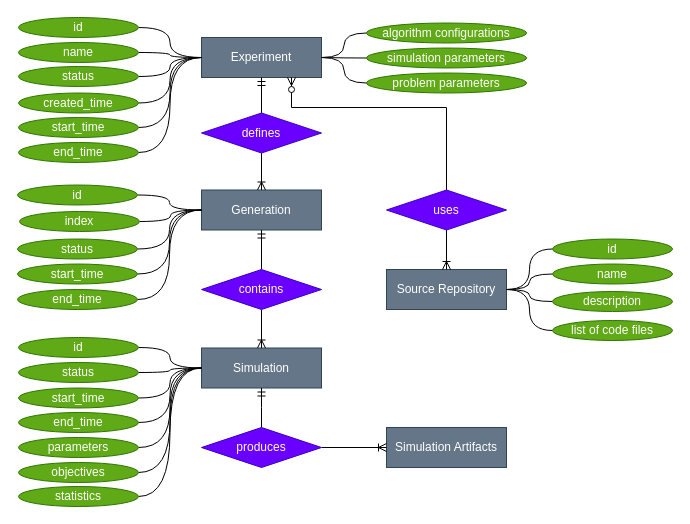
Above: page "entity-relationship" (3 of 3) of docs/diagrams/diagrams1.drawio in JunioCesarFerreira/simlab (draw.io), before the change. Source tidied: cells renumbered, new cells numbered last; positions are measured from the earlier drawing's top-left corner, leaving out a move shared by most shapes. Both pictures are drawn from the tidied source at 100%, with x=0, y=0 at pixel (17, 17).
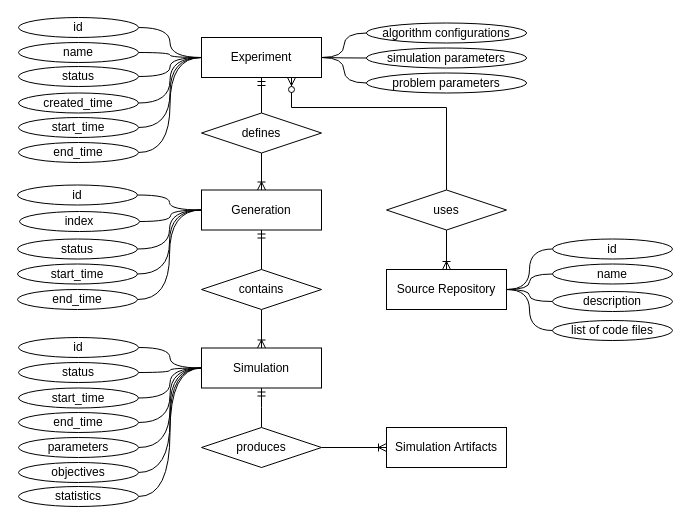
Above is the later version.

What changed in the source:
```diff
@@
-    <mxCell id="2" value="Experiment" style="rounded=0;whiteSpace=wrap;html=1;fillColor=#647687;strokeColor=#314354;fontColor=#ffffff;" parent="1" vertex="1">
+    <mxCell id="2" value="Experiment" style="rounded=0;whiteSpace=wrap;html=1;" parent="1" vertex="1">
       <mxGeometry x="184" y="20" width="120" height="40" as="geometry" />
     </mxCell>
-    <mxCell id="3" value="Simulation" style="rounded=0;whiteSpace=wrap;html=1;fillColor=#647687;strokeColor=#314354;fontColor=#ffffff;" parent="1" vertex="1">
+    <mxCell id="3" value="Simulation" style="rounded=0;whiteSpace=wrap;html=1;" parent="1" vertex="1">
       <mxGeometry x="184" y="330.5" width="120" height="40" as="geometry" />
     </mxCell>
@@
-    <mxCell id="5" value="id" style="ellipse;whiteSpace=wrap;html=1;fillColor=#60a917;strokeColor=#2D7600;fontColor=#ffffff;" parent="1" vertex="1">
+    <mxCell id="5" value="id" style="ellipse;whiteSpace=wrap;html=1;" parent="1" vertex="1">
       <mxGeometry x="1" width="120" height="20" as="geometry" />
     </mxCell>
@@
-    <mxCell id="7" value="name" style="ellipse;whiteSpace=wrap;html=1;fillColor=#60a917;strokeColor=#2D7600;fontColor=#ffffff;" parent="1" vertex="1">
+    <mxCell id="7" value="name" style="ellipse;whiteSpace=wrap;html=1;" parent="1" vertex="1">
       <mxGeometry x="1" y="25" width="120" height="20" as="geometry" />
     </mxCell>
@@
-    <mxCell id="9" value="status" style="ellipse;whiteSpace=wrap;html=1;fillColor=#60a917;strokeColor=#2D7600;fontColor=#ffffff;" parent="1" vertex="1">
+    <mxCell id="9" value="status" style="ellipse;whiteSpace=wrap;html=1;" parent="1" vertex="1">
       <mxGeometry x="1" y="49" width="120" height="20" as="geometry" />
     </mxCell>
-    <mxCell id="10" value="Generation" style="rounded=0;whiteSpace=wrap;html=1;fillColor=#647687;strokeColor=#314354;fontColor=#ffffff;" parent="1" vertex="1">
+    <mxCell id="10" value="Generation" style="rounded=0;whiteSpace=wrap;html=1;" parent="1" vertex="1">
       <mxGeometry x="184" y="172.5" width="120" height="40" as="geometry" />
     </mxCell>
@@
-    <mxCell id="12" value="id" style="ellipse;whiteSpace=wrap;html=1;fillColor=#60a917;strokeColor=#2D7600;fontColor=#ffffff;" parent="1" vertex="1">
+    <mxCell id="12" value="id" style="ellipse;whiteSpace=wrap;html=1;" parent="1" vertex="1">
       <mxGeometry x="1" y="320" width="120" height="20" as="geometry" />
     </mxCell>
@@
-    <mxCell id="14" value="status" style="ellipse;whiteSpace=wrap;html=1;fillColor=#60a917;strokeColor=#2D7600;fontColor=#ffffff;" parent="1" vertex="1">
+    <mxCell id="14" value="status" style="ellipse;whiteSpace=wrap;html=1;" parent="1" vertex="1">
       <mxGeometry x="1" y="345" width="120" height="20" as="geometry" />
     </mxCell>
@@
-    <mxCell id="16" value="id" style="ellipse;whiteSpace=wrap;html=1;fillColor=#60a917;strokeColor=#2D7600;fontColor=#ffffff;" parent="1" vertex="1">
+    <mxCell id="16" value="id" style="ellipse;whiteSpace=wrap;html=1;" parent="1" vertex="1">
       <mxGeometry y="167.5" width="120" height="20" as="geometry" />
     </mxCell>
@@
-    <mxCell id="18" value="status" style="ellipse;whiteSpace=wrap;html=1;fillColor=#60a917;strokeColor=#2D7600;fontColor=#ffffff;" parent="1" vertex="1">
+    <mxCell id="18" value="status" style="ellipse;whiteSpace=wrap;html=1;" parent="1" vertex="1">
       <mxGeometry y="221.5" width="120" height="20" as="geometry" />
     </mxCell>
-    <mxCell id="19" value="Source Repository" style="rounded=0;whiteSpace=wrap;html=1;fillColor=#647687;strokeColor=#314354;fontColor=#ffffff;" parent="1" vertex="1">
+    <mxCell id="19" value="Source Repository" style="rounded=0;whiteSpace=wrap;html=1;" parent="1" vertex="1">
       <mxGeometry x="369" y="252" width="120" height="40" as="geometry" />
     </mxCell>
@@
-    <mxCell id="21" value="id" style="ellipse;whiteSpace=wrap;html=1;fillColor=#60a917;strokeColor=#2D7600;fontColor=#ffffff;" parent="1" vertex="1">
+    <mxCell id="21" value="id" style="ellipse;whiteSpace=wrap;html=1;" parent="1" vertex="1">
       <mxGeometry x="535" y="221.5" width="120" height="20" as="geometry" />
     </mxCell>
@@
-    <mxCell id="23" value="name" style="ellipse;whiteSpace=wrap;html=1;fillColor=#60a917;strokeColor=#2D7600;fontColor=#ffffff;" parent="1" vertex="1">
+    <mxCell id="23" value="name" style="ellipse;whiteSpace=wrap;html=1;" parent="1" vertex="1">
       <mxGeometry x="535" y="246.5" width="120" height="20" as="geometry" />
     </mxCell>
@@
-    <mxCell id="25" value="description" style="ellipse;whiteSpace=wrap;html=1;fillColor=#60a917;strokeColor=#2D7600;fontColor=#ffffff;" parent="1" vertex="1">
+    <mxCell id="25" value="description" style="ellipse;whiteSpace=wrap;html=1;" parent="1" vertex="1">
       <mxGeometry x="535" y="274" width="120" height="20" as="geometry" />
     </mxCell>
@@
-    <mxCell id="27" value="parameters" style="ellipse;whiteSpace=wrap;html=1;fillColor=#60a917;strokeColor=#2D7600;fontColor=#ffffff;" parent="1" vertex="1">
+    <mxCell id="27" value="parameters" style="ellipse;whiteSpace=wrap;html=1;" parent="1" vertex="1">
       <mxGeometry x="1" y="420" width="120" height="20" as="geometry" />
     </mxCell>
-    <mxCell id="28" value="Simulation Artifacts" style="rounded=0;whiteSpace=wrap;html=1;fillColor=#647687;strokeColor=#314354;fontColor=#ffffff;" parent="1" vertex="1">
+    <mxCell id="28" value="Simulation Artifacts" style="rounded=0;whiteSpace=wrap;html=1;" parent="1" vertex="1">
       <mxGeometry x="369" y="410" width="120" height="40" as="geometry" />
     </mxCell>
@@
-    <mxCell id="30" value="objectives" style="ellipse;whiteSpace=wrap;html=1;fillColor=#60a917;strokeColor=#2D7600;fontColor=#ffffff;" parent="1" vertex="1">
+    <mxCell id="30" value="objectives" style="ellipse;whiteSpace=wrap;html=1;" parent="1" vertex="1">
       <mxGeometry x="1" y="445" width="120" height="20" as="geometry" />
     </mxCell>
@@
-    <mxCell id="32" value="start_time" style="ellipse;whiteSpace=wrap;html=1;fillColor=#60a917;strokeColor=#2D7600;fontColor=#ffffff;" parent="1" vertex="1">
+    <mxCell id="32" value="start_time" style="ellipse;whiteSpace=wrap;html=1;" parent="1" vertex="1">
       <mxGeometry y="246.5" width="120" height="20" as="geometry" />
     </mxCell>
@@
-    <mxCell id="34" value="end_time" style="ellipse;whiteSpace=wrap;html=1;fillColor=#60a917;strokeColor=#2D7600;fontColor=#ffffff;" parent="1" vertex="1">
+    <mxCell id="34" value="end_time" style="ellipse;whiteSpace=wrap;html=1;" parent="1" vertex="1">
       <mxGeometry y="272" width="120" height="20" as="geometry" />
     </mxCell>
@@
-    <mxCell id="36" value="start_time" style="ellipse;whiteSpace=wrap;html=1;fillColor=#60a917;strokeColor=#2D7600;fontColor=#ffffff;" parent="1" vertex="1">
+    <mxCell id="36" value="start_time" style="ellipse;whiteSpace=wrap;html=1;" parent="1" vertex="1">
       <mxGeometry x="1" y="370.5" width="120" height="20" as="geometry" />
     </mxCell>
@@
-    <mxCell id="38" value="end_time" style="ellipse;whiteSpace=wrap;html=1;fillColor=#60a917;strokeColor=#2D7600;fontColor=#ffffff;" parent="1" vertex="1">
+    <mxCell id="38" value="end_time" style="ellipse;whiteSpace=wrap;html=1;" parent="1" vertex="1">
       <mxGeometry x="1" y="395" width="120" height="20" as="geometry" />
     </mxCell>
@@
-    <mxCell id="40" value="index" style="ellipse;whiteSpace=wrap;html=1;fillColor=#60a917;strokeColor=#2D7600;fontColor=#ffffff;" parent="1" vertex="1">
+    <mxCell id="40" value="index" style="ellipse;whiteSpace=wrap;html=1;" parent="1" vertex="1">
       <mxGeometry x="2" y="194" width="120" height="20" as="geometry" />
     </mxCell>
@@
-    <mxCell id="42" value="algorithm configurations" style="ellipse;whiteSpace=wrap;html=1;fillColor=#60a917;strokeColor=#2D7600;fontColor=#ffffff;" parent="1" vertex="1">
+    <mxCell id="42" value="algorithm configurations" style="ellipse;whiteSpace=wrap;html=1;" parent="1" vertex="1">
       <mxGeometry x="349" y="5.5" width="160" height="20" as="geometry" />
     </mxCell>
@@
-    <mxCell id="44" value="created_time" style="ellipse;whiteSpace=wrap;html=1;fillColor=#60a917;strokeColor=#2D7600;fontColor=#ffffff;" parent="1" vertex="1">
+    <mxCell id="44" value="created_time" style="ellipse;whiteSpace=wrap;html=1;" parent="1" vertex="1">
       <mxGeometry x="1" y="75.5" width="120" height="20" as="geometry" />
     </mxCell>
@@
-    <mxCell id="46" value="statistics" style="ellipse;whiteSpace=wrap;html=1;fillColor=#60a917;strokeColor=#2D7600;fontColor=#ffffff;" parent="1" vertex="1">
+    <mxCell id="46" value="statistics" style="ellipse;whiteSpace=wrap;html=1;" parent="1" vertex="1">
       <mxGeometry x="1" y="469" width="120" height="20" as="geometry" />
     </mxCell>
@@
-    <mxCell id="49" value="defines" style="rhombus;whiteSpace=wrap;html=1;fillColor=#6a00ff;strokeColor=#3700CC;fontColor=#ffffff;" parent="1" vertex="1">
+    <mxCell id="49" value="defines" style="rhombus;whiteSpace=wrap;html=1;" parent="1" vertex="1">
       <mxGeometry x="184" y="95.5" width="120" height="40" as="geometry" />
     </mxCell>
@@
-    <mxCell id="52" value="contains" style="rhombus;whiteSpace=wrap;html=1;fillColor=#6a00ff;strokeColor=#3700CC;fontColor=#ffffff;" parent="1" vertex="1">
+    <mxCell id="52" value="contains" style="rhombus;whiteSpace=wrap;html=1;" parent="1" vertex="1">
       <mxGeometry x="184" y="252" width="120" height="40" as="geometry" />
     </mxCell>
@@
-    <mxCell id="54" value="start_time" style="ellipse;whiteSpace=wrap;html=1;fillColor=#60a917;strokeColor=#2D7600;fontColor=#ffffff;" parent="1" vertex="1">
+    <mxCell id="54" value="start_time" style="ellipse;whiteSpace=wrap;html=1;" parent="1" vertex="1">
       <mxGeometry x="1" y="100" width="120" height="20" as="geometry" />
     </mxCell>
@@
-    <mxCell id="56" value="end_time" style="ellipse;whiteSpace=wrap;html=1;fillColor=#60a917;strokeColor=#2D7600;fontColor=#ffffff;" parent="1" vertex="1">
+    <mxCell id="56" value="end_time" style="ellipse;whiteSpace=wrap;html=1;" parent="1" vertex="1">
       <mxGeometry x="1" y="125" width="120" height="20" as="geometry" />
     </mxCell>
@@
-    <mxCell id="58" value="simulation parameters" style="ellipse;whiteSpace=wrap;html=1;fillColor=#60a917;strokeColor=#2D7600;fontColor=#ffffff;" parent="1" vertex="1">
+    <mxCell id="58" value="simulation parameters" style="ellipse;whiteSpace=wrap;html=1;" parent="1" vertex="1">
       <mxGeometry x="349" y="30.5" width="160" height="20" as="geometry" />
     </mxCell>
@@
-    <mxCell id="60" value="problem parameters" style="ellipse;whiteSpace=wrap;html=1;fillColor=#60a917;strokeColor=#2D7600;fontColor=#ffffff;" parent="1" vertex="1">
+    <mxCell id="60" value="problem parameters" style="ellipse;whiteSpace=wrap;html=1;" parent="1" vertex="1">
       <mxGeometry x="349" y="55.5" width="160" height="20" as="geometry" />
     </mxCell>
@@
-    <mxCell id="63" value="uses" style="rhombus;whiteSpace=wrap;html=1;fillColor=#6a00ff;strokeColor=#3700CC;fontColor=#ffffff;" parent="1" vertex="1">
+    <mxCell id="63" value="uses" style="rhombus;whiteSpace=wrap;html=1;" parent="1" vertex="1">
       <mxGeometry x="369" y="172.5" width="120" height="40" as="geometry" />
     </mxCell>
@@
-    <mxCell id="66" value="produces" style="rhombus;whiteSpace=wrap;html=1;fillColor=#6a00ff;strokeColor=#3700CC;fontColor=#ffffff;" parent="1" vertex="1">
+    <mxCell id="66" value="produces" style="rhombus;whiteSpace=wrap;html=1;" parent="1" vertex="1">
       <mxGeometry x="184" y="410" width="120" height="40" as="geometry" />
     </mxCell>
@@
-    <mxCell id="68" value="list of code files" style="ellipse;whiteSpace=wrap;html=1;fillColor=#60a917;strokeColor=#2D7600;fontColor=#ffffff;" parent="1" vertex="1">
+    <mxCell id="68" value="list of code files" style="ellipse;whiteSpace=wrap;html=1;" parent="1" vertex="1">
       <mxGeometry x="535" y="303" width="120" height="20" as="geometry" />
     </mxCell>
```
